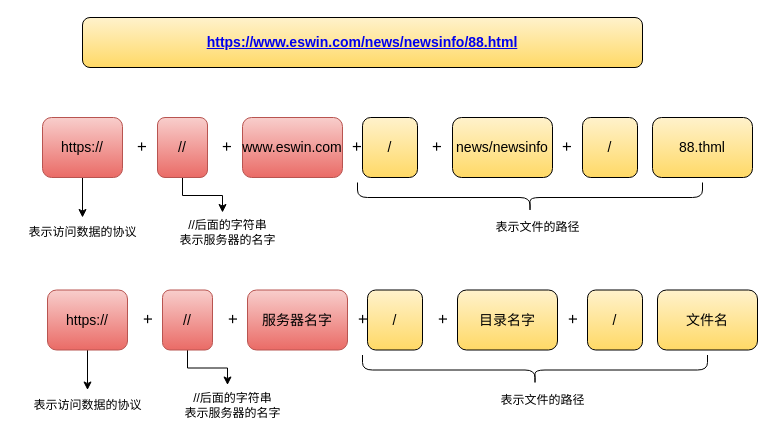
This is http解析.drawio from OrangeKitten/nerwork, a draw.io file, before an edit. Source tidied: cells renumbered, new cells numbered last; positions are measured from the earlier drawing's top-left corner, leaving out a move shared by most shapes. Both pictures are drawn from the tidied source at 100%, with x=0, y=0 at pixel (17, 17).
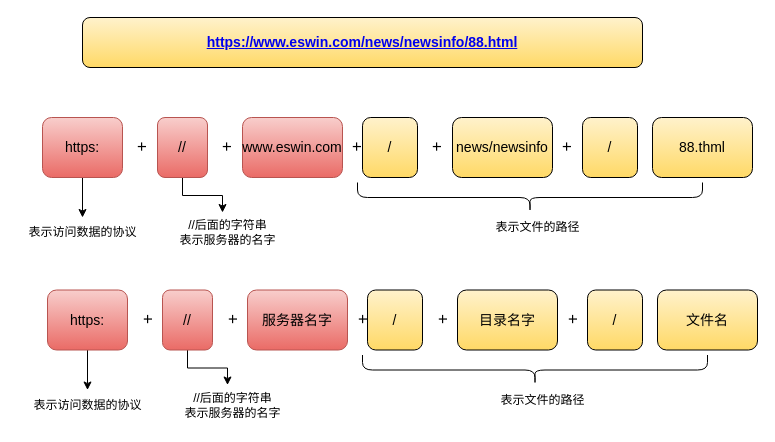
Above is the later version.

Change to the diagram source:
```diff
@@
-    <mxCell id="4" value="https://" style="rounded=1;whiteSpace=wrap;html=1;shadow=0;glass=0;labelBackgroundColor=none;labelBorderColor=none;fillStyle=auto;fontFamily=Helvetica;fontSize=14;fillColor=#f8cecc;gradientColor=#ea6b66;strokeColor=#b85450;" parent="1" vertex="1">
+    <mxCell id="4" value="https:" style="rounded=1;whiteSpace=wrap;html=1;shadow=0;glass=0;labelBackgroundColor=none;labelBorderColor=none;fillStyle=auto;fontFamily=Helvetica;fontSize=14;fillColor=#f8cecc;gradientColor=#ea6b66;strokeColor=#b85450;" parent="1" vertex="1">
       <mxGeometry x="25" y="100" width="80" height="60" as="geometry" />
     </mxCell>
@@
-    <mxCell id="22" value="https://" style="rounded=1;whiteSpace=wrap;html=1;shadow=0;glass=0;labelBackgroundColor=none;labelBorderColor=none;fillStyle=auto;fontFamily=Helvetica;fontSize=14;fillColor=#f8cecc;gradientColor=#ea6b66;strokeColor=#b85450;" parent="1" vertex="1">
+    <mxCell id="22" value="https:" style="rounded=1;whiteSpace=wrap;html=1;shadow=0;glass=0;labelBackgroundColor=none;labelBorderColor=none;fillStyle=auto;fontFamily=Helvetica;fontSize=14;fillColor=#f8cecc;gradientColor=#ea6b66;strokeColor=#b85450;" parent="1" vertex="1">
       <mxGeometry x="30" y="272.5" width="80" height="60" as="geometry" />
     </mxCell>
```
